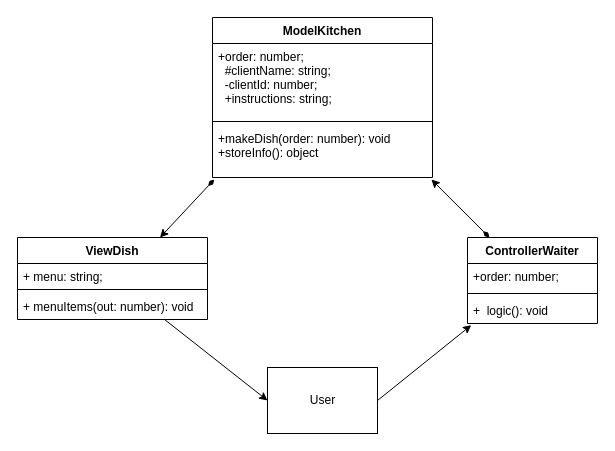
Before: Mvc/mvc.drawio in danil-jpg/MyArchitecturePatterns, a draw.io diagram. Source tidied: cells renumbered, new cells numbered last; positions are measured from the earlier drawing's top-left corner, leaving out a move shared by most shapes. Both pictures are drawn from the tidied source at 100%, with x=0, y=0 at pixel (17, 17).
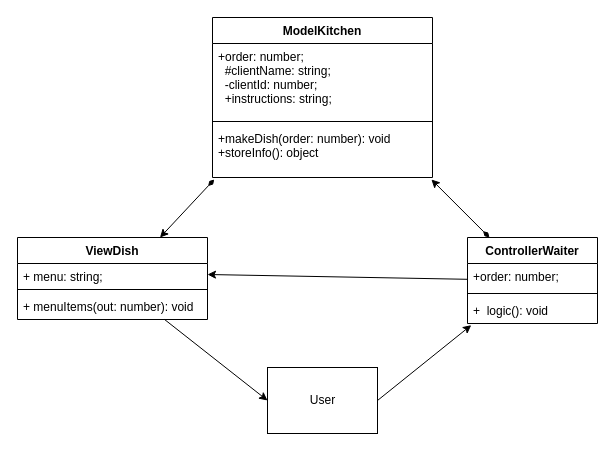
After the change.

Change to the diagram source:
```diff
@@
 <mxGraphModel>
   <root>
     <mxCell id="0" />
     <mxCell id="1" parent="0" />
     <mxCell id="2" style="edgeStyle=none;html=1;entryX=0.75;entryY=0;entryDx=0;entryDy=0;startArrow=diamondThin;startFill=1;exitX=0.008;exitY=1.038;exitDx=0;exitDy=0;exitPerimeter=0;" parent="1" edge="1" source="6" target="13">
       <mxGeometry relative="1" as="geometry" />
     </mxCell>
     <mxCell id="3" value="ModelKitchen" style="swimlane;fontStyle=1;align=center;verticalAlign=top;horizontal=1;startSize=26;" parent="1" vertex="1">
       <mxGeometry x="195" width="220" height="160" as="geometry" />
     </mxCell>
     <mxCell id="4" value="+order: number;&#10;  #clientName: string;&#10;  -clientId: number;&#10;  +instructions: string;" style="text;strokeColor=none;fillColor=none;align=left;verticalAlign=top;spacingLeft=4;spacingRight=4;overflow=hidden;" parent="3" vertex="1">
       <mxGeometry y="26" width="220" height="74" as="geometry" />
     </mxCell>
     <mxCell id="5" style="line;strokeWidth=1;fillColor=none;align=left;verticalAlign=middle;spacingTop=-1;spacingLeft=3;spacingRight=3;labelPosition=right;strokeColor=inherit;" parent="3" vertex="1">
       <mxGeometry y="100" width="220" height="8" as="geometry" />
     </mxCell>
     <mxCell id="6" value="+makeDish(order: number): void&#10;+storeInfo(): object" style="text;strokeColor=none;fillColor=none;align=left;verticalAlign=top;spacingLeft=4;spacingRight=4;overflow=hidden;points=[[0,0.5],[1,0.5]];portConstraint=eastwest;" parent="3" vertex="1">
       <mxGeometry y="108" width="220" height="52" as="geometry" />
     </mxCell>
     <mxCell id="7" style="edgeStyle=none;html=1;entryX=0.995;entryY=1.038;entryDx=0;entryDy=0;entryPerimeter=0;startArrow=diamondThin;startFill=1;" parent="1" edge="1" source="8" target="6">
       <mxGeometry relative="1" as="geometry" />
     </mxCell>
+    <mxCell id="19" style="edgeStyle=none;html=1;entryX=1;entryY=0.5;entryDx=0;entryDy=0;" parent="1" edge="1" source="8" target="14">
+      <mxGeometry relative="1" as="geometry" />
+    </mxCell>
     <mxCell id="8" value="ControllerWaiter " style="swimlane;fontStyle=1;align=center;verticalAlign=top;horizontal=1;startSize=26;" parent="1" vertex="1">
       <mxGeometry x="450" y="220" width="130" height="86" as="geometry" />
     </mxCell>
     <mxCell id="9" value="+order: number;" style="text;strokeColor=none;fillColor=none;align=left;verticalAlign=top;spacingLeft=4;spacingRight=4;overflow=hidden;" parent="8" vertex="1">
       <mxGeometry y="26" width="130" height="26" as="geometry" />
     </mxCell>
     <mxCell id="10" style="line;strokeWidth=1;fillColor=none;align=left;verticalAlign=middle;spacingTop=-1;spacingLeft=3;spacingRight=3;labelPosition=right;strokeColor=inherit;" parent="8" vertex="1">
       <mxGeometry y="52" width="130" height="8" as="geometry" />
     </mxCell>
     <mxCell id="11" value="+  logic(): void" style="text;strokeColor=none;fillColor=none;align=left;verticalAlign=top;spacingLeft=4;spacingRight=4;overflow=hidden;points=[[0,0.5],[1,0.5]];portConstraint=eastwest;" parent="8" vertex="1">
       <mxGeometry y="60" width="130" height="26" as="geometry" />
     </mxCell>
     <mxCell id="12" style="edgeStyle=none;html=1;entryX=0;entryY=0.5;entryDx=0;entryDy=0;startArrow=none;startFill=0;" parent="1" edge="1" source="13" target="18">
       <mxGeometry relative="1" as="geometry" />
     </mxCell>
     <mxCell id="13" value="ViewDish" style="swimlane;fontStyle=1;align=center;verticalAlign=top;horizontal=1;startSize=26;" parent="1" vertex="1">
       <mxGeometry y="220" width="190" height="82" as="geometry" />
     </mxCell>
     <mxCell id="14" value="+ menu: string;" style="text;strokeColor=none;fillColor=none;align=left;verticalAlign=top;spacingLeft=4;spacingRight=4;overflow=hidden;points=[[0,0.5],[1,0.5]];portConstraint=eastwest;" parent="13" vertex="1">
       <mxGeometry y="26" width="190" height="22" as="geometry" />
     </mxCell>
     <mxCell id="15" style="line;strokeWidth=1;fillColor=none;align=left;verticalAlign=middle;spacingTop=-1;spacingLeft=3;spacingRight=3;labelPosition=right;strokeColor=inherit;" parent="13" vertex="1">
       <mxGeometry y="48" width="190" height="8" as="geometry" />
     </mxCell>
     <mxCell id="16" value="+ menuItems(out: number): void" style="text;strokeColor=none;fillColor=none;align=left;verticalAlign=top;spacingLeft=4;spacingRight=4;overflow=hidden;" parent="13" vertex="1">
       <mxGeometry y="56" width="190" height="26" as="geometry" />
     </mxCell>
     <mxCell id="17" style="edgeStyle=none;html=1;entryX=0.029;entryY=1.064;entryDx=0;entryDy=0;entryPerimeter=0;exitX=1;exitY=0.5;exitDx=0;exitDy=0;" parent="1" edge="1" source="18" target="11">
       <mxGeometry relative="1" as="geometry" />
     </mxCell>
     <mxCell id="18" value="User" style="html=1;" parent="1" vertex="1">
       <mxGeometry x="250" y="350" width="110" height="66" as="geometry" />
     </mxCell>
   </root>
 </mxGraphModel>
```
